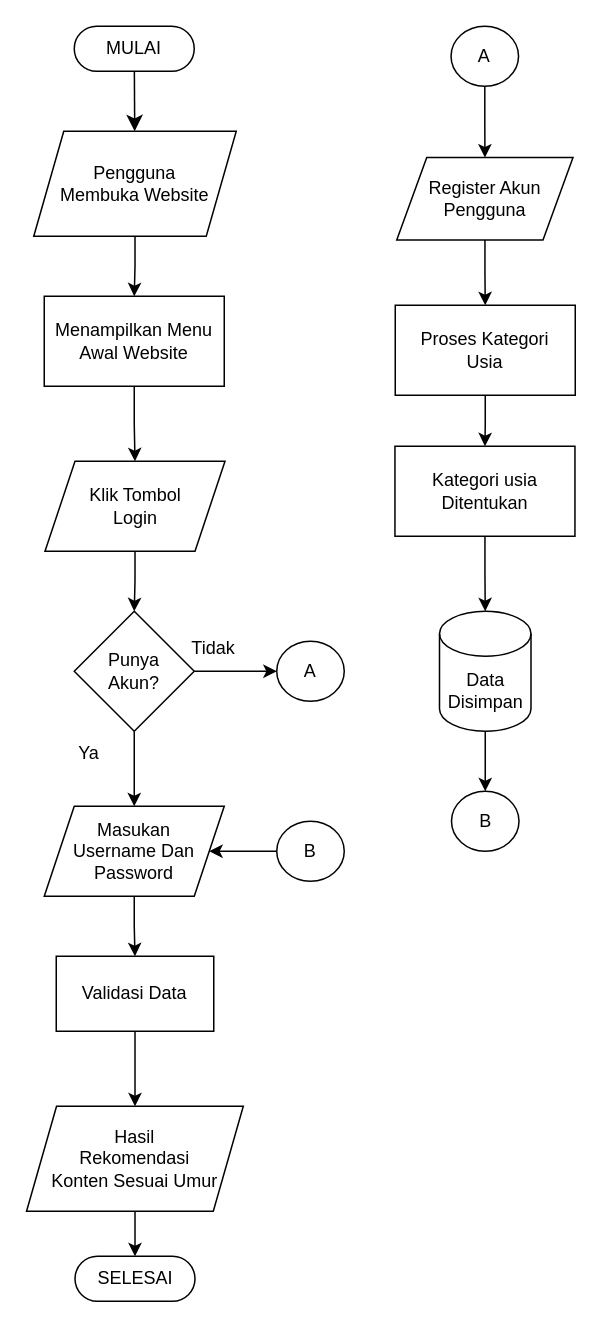
Before: Flowchart.drawio in abdraiin/Sistem-Rekomendasi-Konten, a draw.io diagram. Source tidied: cells renumbered, new cells numbered last; positions are measured from the earlier drawing's top-left corner, leaving out a move shared by most shapes. Both pictures are drawn from the tidied source at 150%, with x=0, y=0 at pixel (26, 26).
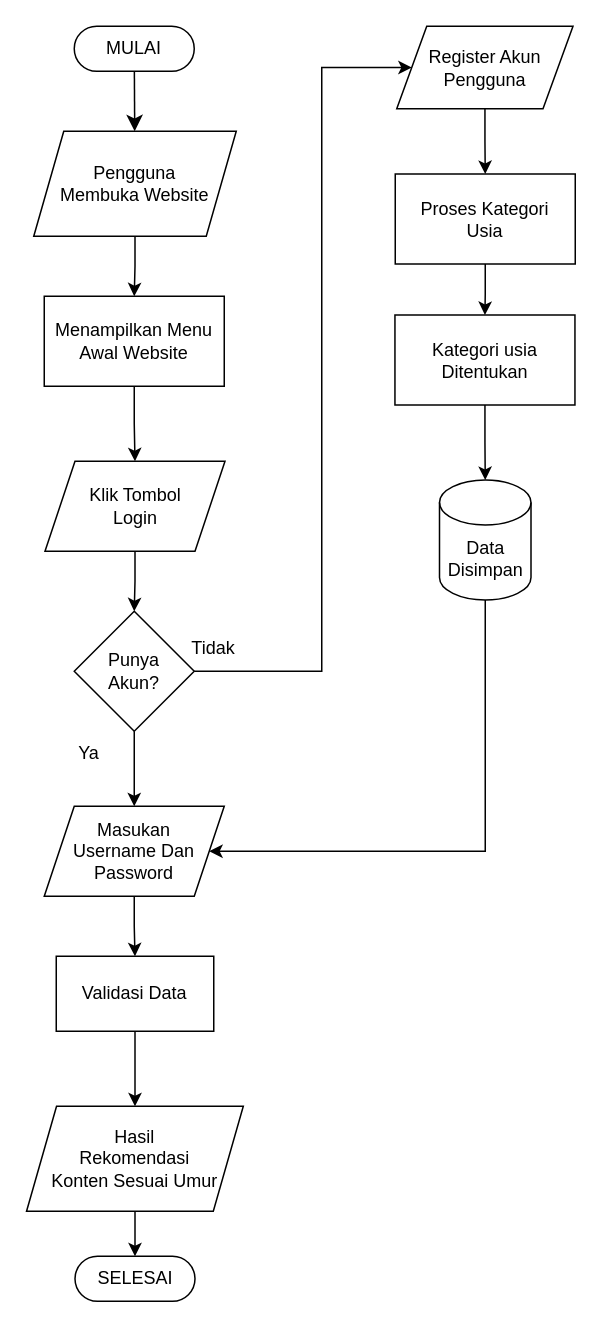
After the change.

Unchanged cells that the change refers to:
```xml
<mxCell id="12" value="Punya&lt;div&gt;Akun?&lt;/div&gt;" style="rhombus;whiteSpace=wrap;html=1;dashed=0;" parent="1" vertex="1">
  <mxGeometry x="32" y="390" width="80" height="80" as="geometry" />
</mxCell>
<mxCell id="14" value="Masukan&lt;div&gt;Username Dan&lt;/div&gt;&lt;div&gt;Password&lt;/div&gt;" style="shape=parallelogram;perimeter=parallelogramPerimeter;whiteSpace=wrap;html=1;fixedSize=1;dashed=0;" parent="1" vertex="1">
  <mxGeometry x="12" y="520" width="120" height="60" as="geometry" />
</mxCell>
```

What changed in the source:
```diff
@@
-    <mxCell id="11" style="edgeStyle=orthogonalEdgeStyle;rounded=0;jettySize=auto;html=1;entryX=0;entryY=0.5;entryDx=0;entryDy=0;" parent="1" edge="1" source="12" target="22">
-      <mxGeometry relative="1" as="geometry" />
+    <mxCell id="11" style="edgeStyle=orthogonalEdgeStyle;rounded=0;jettySize=auto;html=1;entryX=0;entryY=0.5;entryDx=0;entryDy=0;" parent="1" edge="1" source="12" target="26">
+      <mxGeometry relative="1" as="geometry">
+        <Array as="points">
+          <mxPoint x="197" y="430" />
+          <mxPoint x="197" y="28" />
+        </Array>
+      </mxGeometry>
     </mxCell>
@@
-    <mxCell id="22" value="A" style="ellipse;whiteSpace=wrap;html=1;dashed=0;" parent="1" vertex="1">
-      <mxGeometry x="167" y="410" width="45" height="40" as="geometry" />
-    </mxCell>
-    <mxCell id="23" style="edgeStyle=orthogonalEdgeStyle;rounded=0;jettySize=auto;html=1;" parent="1" edge="1" source="24" target="26">
-      <mxGeometry relative="1" as="geometry" />
-    </mxCell>
-    <mxCell id="24" value="A" style="ellipse;whiteSpace=wrap;html=1;dashed=0;" parent="1" vertex="1">
-      <mxGeometry x="283.2" width="45" height="40" as="geometry" />
-    </mxCell>
@@
     <mxCell id="26" value="Register Akun&lt;div&gt;Pengguna&lt;/div&gt;" style="shape=parallelogram;perimeter=parallelogramPerimeter;whiteSpace=wrap;html=1;fixedSize=1;dashed=0;" parent="1" vertex="1">
-      <mxGeometry x="247" y="87.5" width="117.5" height="55" as="geometry" />
+      <mxGeometry x="247" width="117.5" height="55" as="geometry" />
     </mxCell>
@@
     <mxCell id="28" value="Proses Kategori&lt;div&gt;Usia&lt;/div&gt;" style="whiteSpace=wrap;html=1;" parent="1" vertex="1">
-      <mxGeometry x="246" y="186" width="120" height="60" as="geometry" />
+      <mxGeometry x="246" y="98.5" width="120" height="60" as="geometry" />
     </mxCell>
@@
     <mxCell id="30" value="Kategori usia&lt;div&gt;Ditentukan&lt;/div&gt;" style="whiteSpace=wrap;html=1;" parent="1" vertex="1">
-      <mxGeometry x="245.8" y="280" width="120" height="60" as="geometry" />
+      <mxGeometry x="245.8" y="192.5" width="120" height="60" as="geometry" />
     </mxCell>
-    <mxCell id="31" style="edgeStyle=orthogonalEdgeStyle;rounded=0;jettySize=auto;html=1;entryX=0.5;entryY=0;entryDx=0;entryDy=0;" parent="1" edge="1" source="32" target="33">
-      <mxGeometry relative="1" as="geometry" />
+    <mxCell id="31" style="edgeStyle=orthogonalEdgeStyle;rounded=0;jettySize=auto;html=1;entryX=1;entryY=0.5;entryDx=0;entryDy=0;" parent="1" edge="1" source="32" target="14">
+      <mxGeometry relative="1" as="geometry">
+        <Array as="points">
+          <mxPoint x="306" y="550" />
+        </Array>
+      </mxGeometry>
     </mxCell>
     <mxCell id="32" value="Data Disimpan" style="shape=cylinder3;whiteSpace=wrap;html=1;boundedLbl=1;backgroundOutline=1;size=15;" parent="1" vertex="1">
-      <mxGeometry x="275.5" y="390" width="61" height="80" as="geometry" />
+      <mxGeometry x="275.5" y="302.5" width="61" height="80" as="geometry" />
     </mxCell>
-    <mxCell id="33" value="B" style="ellipse;whiteSpace=wrap;html=1;dashed=0;" parent="1" vertex="1">
-      <mxGeometry x="283.5" y="510" width="45" height="40" as="geometry" />
-    </mxCell>
-    <mxCell id="34" style="edgeStyle=orthogonalEdgeStyle;rounded=0;jettySize=auto;html=1;" parent="1" edge="1" source="35" target="14">
-      <mxGeometry relative="1" as="geometry" />
-    </mxCell>
-    <mxCell id="35" value="B" style="ellipse;whiteSpace=wrap;html=1;dashed=0;" parent="1" vertex="1">
-      <mxGeometry x="167" y="530" width="45" height="40" as="geometry" />
-    </mxCell>
```
